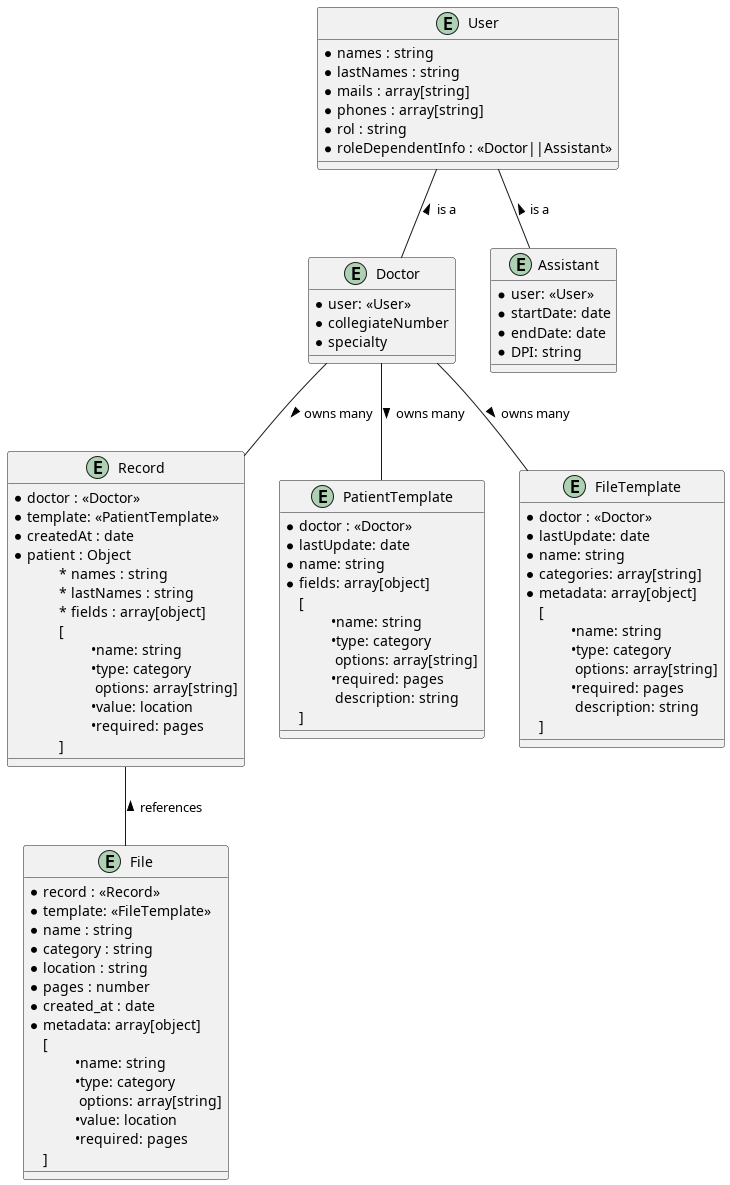
Above: Diagram/DB_Diagram.png in TherapistTrack/TherapistTrack-DB (PlantUML), before the change.
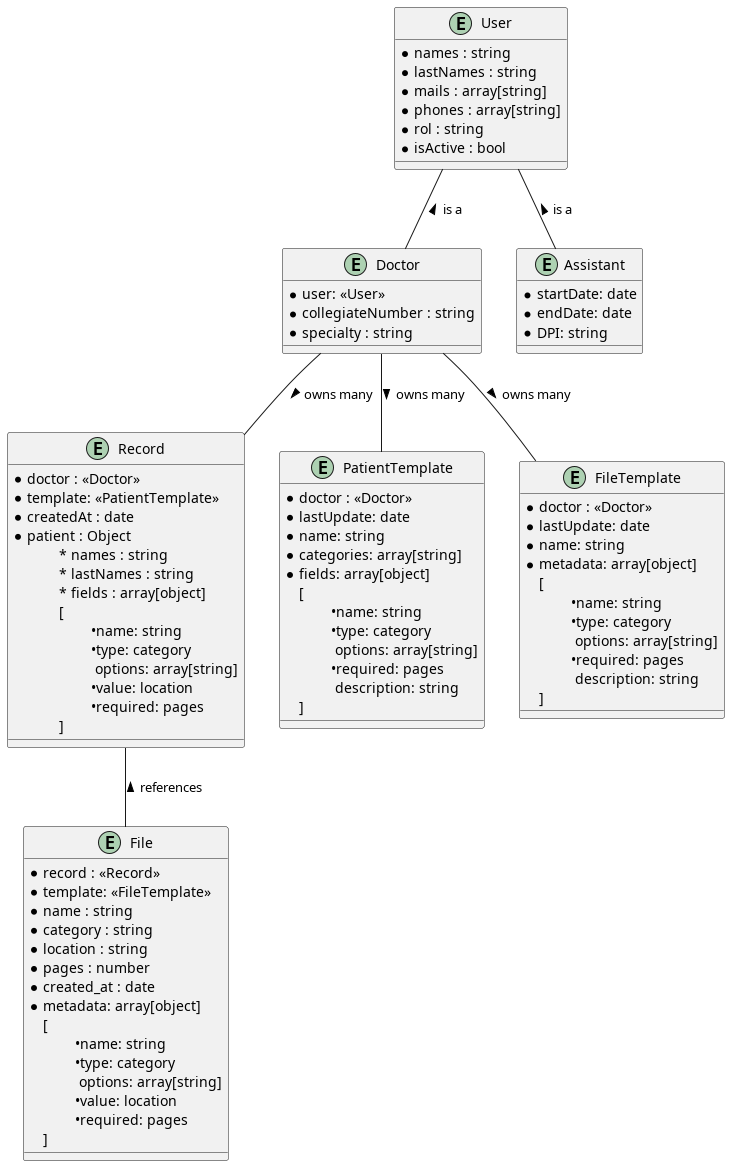
The same file after the commit.

Change to the diagram source:
```diff
@@ -6,17 +6,16 @@
     * mails : array[string]
     * phones : array[string]
     * rol : string
-    * roleDependentInfo : <<Doctor||Assistant>>
+    * isActive : bool
 }
 
 entity Doctor {
     * user: <<User>>
-    * collegiateNumber
-    * specialty
+    * collegiateNumber : string
+    * specialty : string
 }
 
 entity Assistant {
-    * user: <<User>>
     * startDate: date
     * endDate: date
     * DPI: string
@@ -44,6 +43,7 @@
     * doctor : <<Doctor>>
     * lastUpdate: date
     * name: string
+    * categories: array[string]
     * fields: array[object]
     [
         \t•name: string
@@ -58,7 +58,6 @@
     * doctor : <<Doctor>>
     * lastUpdate: date
     * name: string
-    * categories: array[string]
     * metadata: array[object]
     [
         \t•name: string
```
